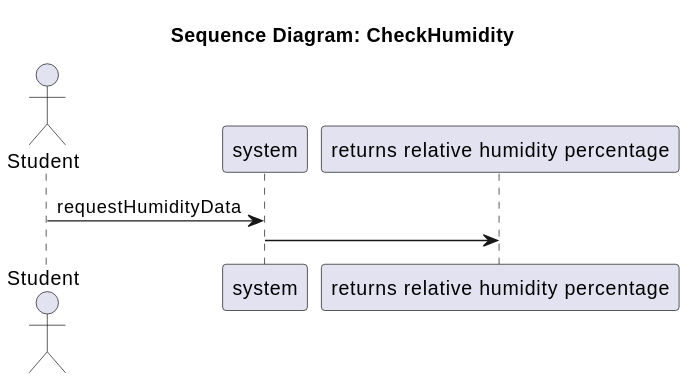
This is Documentation/Analysis/ssds/StudyHelper_CheckHumidity.ssd.svg from SEP4Real/SEP4, a PlantUML export, as it was before one commit. The source it was exported from:
```plantuml
@startuml
title Sequence Diagram: CheckHumidity
actor "Student" as Actor
participant "system" as System
participant "returns relative humidity percentage" as returns_relative_humidity_percentage

Actor -> System : requestHumidityData
System -> returns_relative_humidity_percentage :
@enduml
```
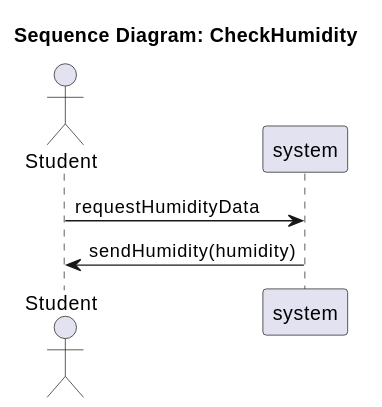
The same diagram one commit later.

What changed in the source:
```diff
@@ -2,8 +2,7 @@
 title Sequence Diagram: CheckHumidity
 actor "Student" as Actor
 participant "system" as System
-participant "returns relative humidity percentage" as returns_relative_humidity_percentage
 
 Actor -> System : requestHumidityData
-System -> returns_relative_humidity_percentage :
+System -> Actor : sendHumidity(humidity)
 @enduml
```
